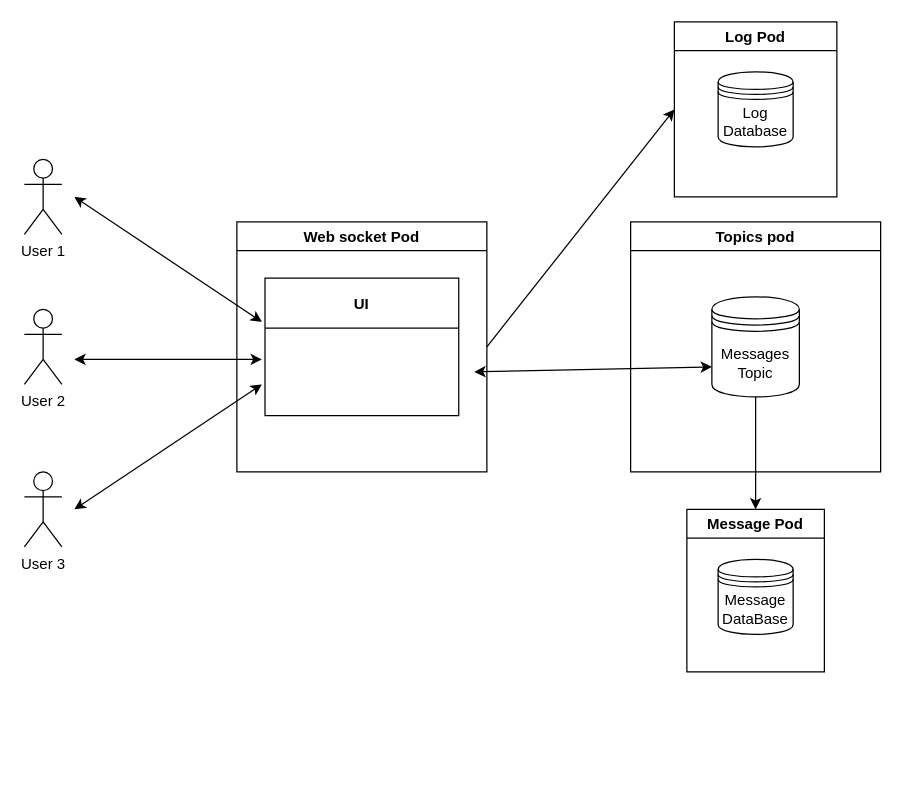
This is design.drawio from rlevine1106/ChatK8S, a draw.io file, before an edit. Source tidied: cells renumbered, new cells numbered last; positions are measured from the earlier drawing's top-left corner, leaving out a move shared by most shapes. Both pictures are drawn from the tidied source at 125%, with x=0, y=0 at pixel (24, 21).
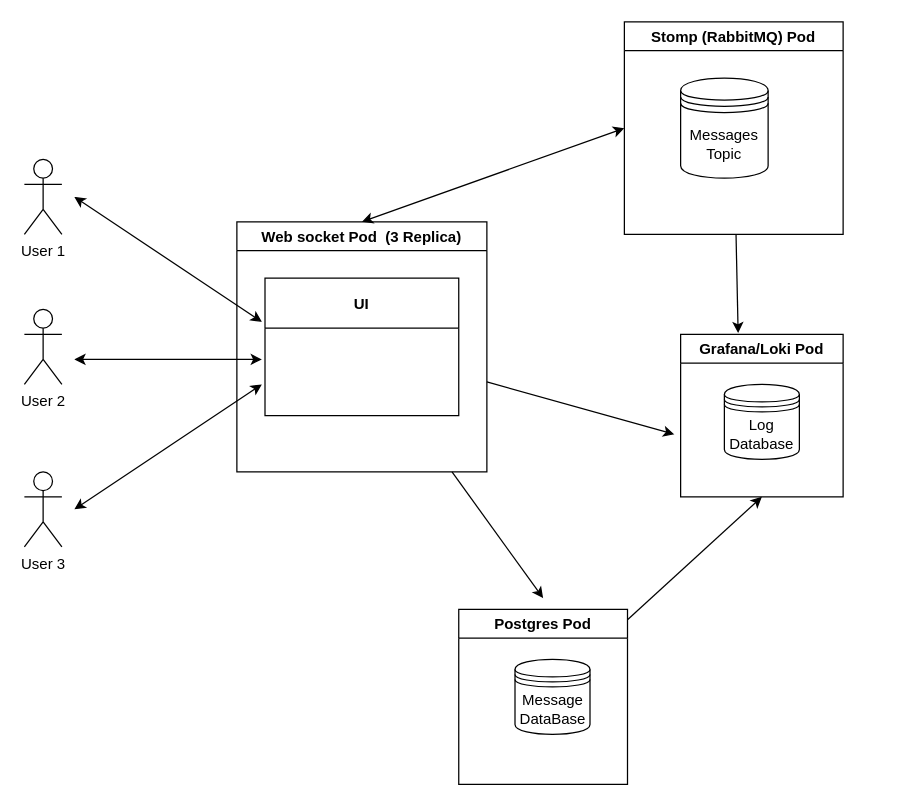
After the change.

The edit, as a diff of the source:
```diff
@@
+    <mxCell id="19" style="rounded=0;jettySize=auto;html=1;entryX=0.5;entryY=-0.064;entryDx=0;entryDy=0;entryPerimeter=0;" parent="1" edge="1" source="6" target="9">
+      <mxGeometry relative="1" as="geometry" />
+    </mxCell>
+    <mxCell id="20" style="edgeStyle=none;rounded=0;jettySize=auto;html=1;" parent="1" edge="1" source="6">
+      <mxGeometry relative="1" as="geometry">
+        <mxPoint x="520" y="330" as="targetPoint" />
+      </mxGeometry>
+    </mxCell>
-    <mxCell id="6" value="Web socket Pod" style="swimlane;" parent="1" vertex="1">
+    <mxCell id="6" value="Web socket Pod  (3 Replica)" style="swimlane;" parent="1" vertex="1">
       <mxGeometry x="170" y="160" width="200" height="200" as="geometry" />
     </mxCell>
-    <mxCell id="7" value="Log Pod" style="swimlane;" parent="1" vertex="1">
-      <mxGeometry x="520" width="130" height="140" as="geometry" />
+    <mxCell id="7" value="Grafana/Loki Pod" style="swimlane;" parent="1" vertex="1">
+      <mxGeometry x="525" y="250" width="130" height="130" as="geometry" />
     </mxCell>
@@
+    <mxCell id="21" style="edgeStyle=none;rounded=0;jettySize=auto;html=1;entryX=0.5;entryY=1;entryDx=0;entryDy=0;" parent="1" edge="1" source="9" target="7">
+      <mxGeometry relative="1" as="geometry" />
+    </mxCell>
-    <mxCell id="9" value="Message Pod" style="swimlane;startSize=23;" parent="1" vertex="1">
-      <mxGeometry x="530" y="390" width="110" height="130" as="geometry" />
+    <mxCell id="9" value="Postgres Pod" style="swimlane;startSize=23;" parent="1" vertex="1">
+      <mxGeometry x="347.5" y="470" width="135" height="140" as="geometry" />
     </mxCell>
     <mxCell id="10" value="Message DataBase" style="shape=datastore;whiteSpace=wrap;html=1;" parent="9" vertex="1">
-      <mxGeometry x="25" y="40" width="60" height="60" as="geometry" />
+      <mxGeometry x="45" y="40" width="60" height="60" as="geometry" />
     </mxCell>
@@
-    <mxCell id="14" style="endArrow=classic;html=1;rounded=0;entryX=0;entryY=0.5;entryDx=0;entryDy=0;exitX=1;exitY=0.5;exitDx=0;exitDy=0;" parent="1" edge="1" source="6" target="7">
-      <mxGeometry relative="1" as="geometry" />
-    </mxCell>
-    <mxCell id="15" style="endArrow=classic;html=1;rounded=0;exitX=0.5;exitY=1;exitDx=0;exitDy=0;" parent="1" edge="1" source="16">
-      <mxGeometry relative="1" as="geometry">
-        <mxPoint x="585" y="390" as="targetPoint" />
-      </mxGeometry>
-    </mxCell>
+    <mxCell id="22" style="edgeStyle=none;rounded=0;jettySize=auto;html=1;entryX=0.354;entryY=-0.008;entryDx=0;entryDy=0;entryPerimeter=0;" parent="1" edge="1" source="18" target="7">
+      <mxGeometry relative="1" as="geometry" />
+    </mxCell>
+    <mxCell id="18" value="Stomp (RabbitMQ) Pod" style="swimlane;" parent="1" vertex="1">
+      <mxGeometry x="480" width="175" height="170" as="geometry" />
+    </mxCell>
-    <mxCell id="16" value="Messages Topic" style="shape=datastore;whiteSpace=wrap;html=1;" parent="1" vertex="1">
-      <mxGeometry x="550" y="220" width="70" height="80" as="geometry" />
+    <mxCell id="16" value="Messages Topic" style="shape=datastore;whiteSpace=wrap;html=1;" parent="18" vertex="1">
+      <mxGeometry x="45" y="45" width="70" height="80" as="geometry" />
     </mxCell>
-    <mxCell id="17" style="endArrow=classic;startArrow=classic;html=1;rounded=0;entryX=0;entryY=0.7;entryDx=0;entryDy=0;" parent="1" edge="1" target="16">
-      <mxGeometry relative="1" as="geometry">
-        <mxPoint x="360" y="280" as="sourcePoint" />
-      </mxGeometry>
-    </mxCell>
-    <mxCell id="18" value="Topics pod" style="swimlane;" parent="1" vertex="1">
-      <mxGeometry x="485" y="160" width="200" height="200" as="geometry" />
-    </mxCell>
+    <mxCell id="23" style="endArrow=classic;startArrow=classic;html=1;rounded=0;entryX=0.5;entryY=0;entryDx=0;entryDy=0;exitX=0;exitY=0.5;exitDx=0;exitDy=0;" parent="1" edge="1" source="18" target="6">
+      <mxGeometry relative="1" as="geometry" />
+    </mxCell>
```
